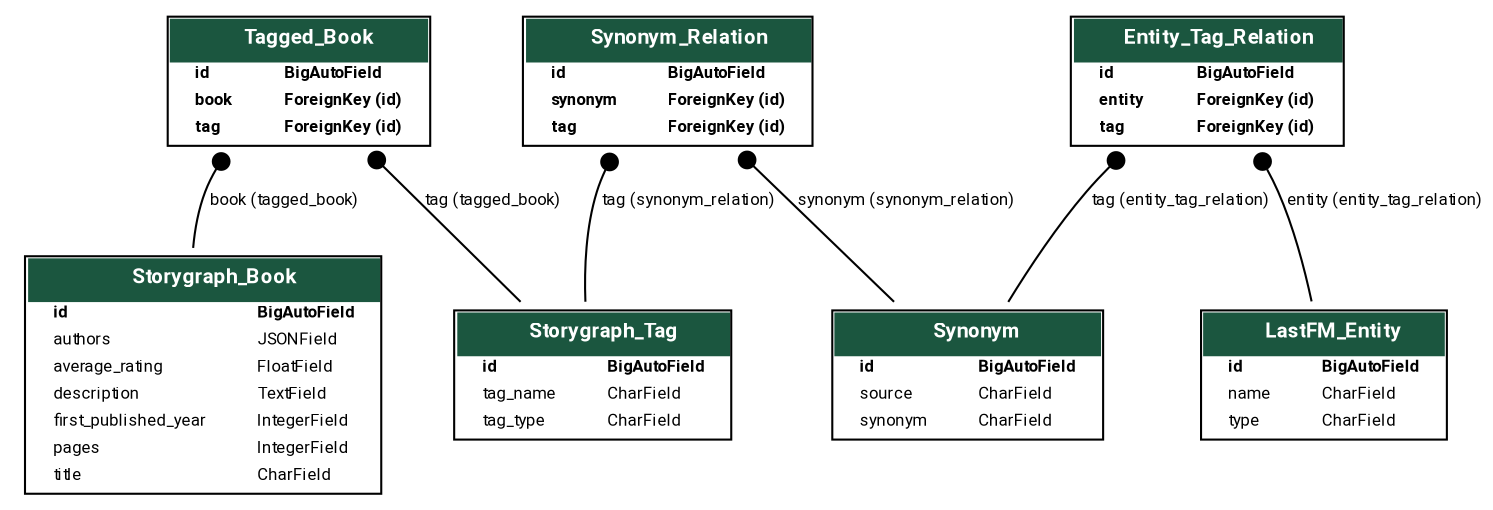
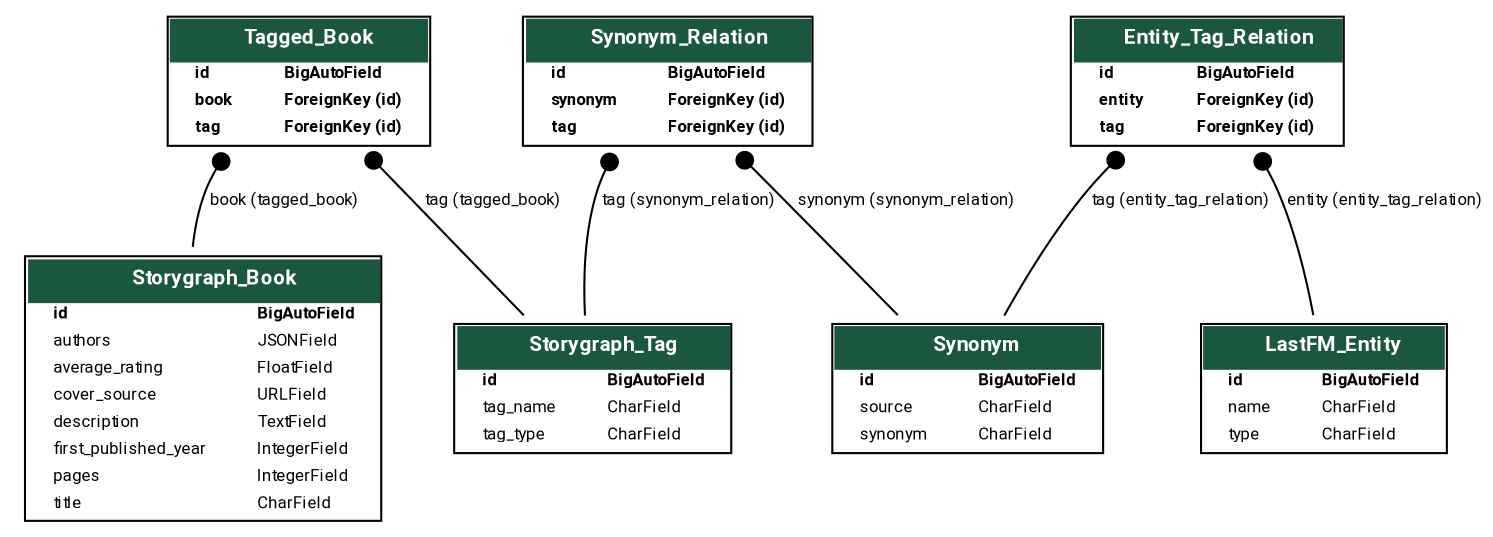
digraph model_graph {
  // Dotfile by Django-Extensions graph_models
-   // Created: 2026-01-11 18:42
+   // Created: 2026-02-10 18:06


  fontname = "Roboto"
  fontsize = 8
  splines  = true
  rankdir = "TB"


  node [
    fontname = "Roboto"
    fontsize = 8
    shape = "plaintext"
  ]

  edge [
    fontname = "Roboto"
    fontsize = 8
  ]

  // Labels


  webapp_models_Storygraph_Book [label=<
    <TABLE BGCOLOR="white" BORDER="1" CELLBORDER="0" CELLSPACING="0">
    <TR><TD COLSPAN="2" CELLPADDING="5" ALIGN="CENTER" BGCOLOR="#1b563f">
    <FONT FACE="Roboto" COLOR="white" POINT-SIZE="10"><B>
    Storygraph_Book
    </B></FONT></TD></TR>


    <TR><TD ALIGN="LEFT" BORDER="0">
    <FONT FACE="Roboto"><B>id</B></FONT>
    </TD><TD ALIGN="LEFT">
    <FONT FACE="Roboto"><B>BigAutoField</B></FONT>
    </TD></TR>



    <TR><TD ALIGN="LEFT" BORDER="0">
    <FONT FACE="Roboto">authors</FONT>
    </TD><TD ALIGN="LEFT">
    <FONT FACE="Roboto">JSONField</FONT>
    </TD></TR>



    <TR><TD ALIGN="LEFT" BORDER="0">
    <FONT FACE="Roboto">average_rating</FONT>
    </TD><TD ALIGN="LEFT">
    <FONT FACE="Roboto">FloatField</FONT>
    </TD></TR>



    <TR><TD ALIGN="LEFT" BORDER="0">
+     <FONT FACE="Roboto">cover_source</FONT>
+     </TD><TD ALIGN="LEFT">
+     <FONT FACE="Roboto">URLField</FONT>
+     </TD></TR>
+ 
+ 
+ 
+     <TR><TD ALIGN="LEFT" BORDER="0">
    <FONT FACE="Roboto">description</FONT>
    </TD><TD ALIGN="LEFT">
    <FONT FACE="Roboto">TextField</FONT>
    </TD></TR>



    <TR><TD ALIGN="LEFT" BORDER="0">
    <FONT FACE="Roboto">first_published_year</FONT>
    </TD><TD ALIGN="LEFT">
    <FONT FACE="Roboto">IntegerField</FONT>
    </TD></TR>



    <TR><TD ALIGN="LEFT" BORDER="0">
    <FONT FACE="Roboto">pages</FONT>
    </TD><TD ALIGN="LEFT">
    <FONT FACE="Roboto">IntegerField</FONT>
    </TD></TR>



    <TR><TD ALIGN="LEFT" BORDER="0">
    <FONT FACE="Roboto">title</FONT>
    </TD><TD ALIGN="LEFT">
    <FONT FACE="Roboto">CharField</FONT>
    </TD></TR>


    </TABLE>
    >]

  webapp_models_Storygraph_Tag [label=<
    <TABLE BGCOLOR="white" BORDER="1" CELLBORDER="0" CELLSPACING="0">
    <TR><TD COLSPAN="2" CELLPADDING="5" ALIGN="CENTER" BGCOLOR="#1b563f">
    <FONT FACE="Roboto" COLOR="white" POINT-SIZE="10"><B>
    Storygraph_Tag
    </B></FONT></TD></TR>


    <TR><TD ALIGN="LEFT" BORDER="0">
    <FONT FACE="Roboto"><B>id</B></FONT>
    </TD><TD ALIGN="LEFT">
    <FONT FACE="Roboto"><B>BigAutoField</B></FONT>
    </TD></TR>



    <TR><TD ALIGN="LEFT" BORDER="0">
    <FONT FACE="Roboto">tag_name</FONT>
    </TD><TD ALIGN="LEFT">
    <FONT FACE="Roboto">CharField</FONT>
    </TD></TR>



    <TR><TD ALIGN="LEFT" BORDER="0">
    <FONT FACE="Roboto">tag_type</FONT>
    </TD><TD ALIGN="LEFT">
    <FONT FACE="Roboto">CharField</FONT>
    </TD></TR>


    </TABLE>
    >]

  webapp_models_Tagged_Book [label=<
    <TABLE BGCOLOR="white" BORDER="1" CELLBORDER="0" CELLSPACING="0">
    <TR><TD COLSPAN="2" CELLPADDING="5" ALIGN="CENTER" BGCOLOR="#1b563f">
    <FONT FACE="Roboto" COLOR="white" POINT-SIZE="10"><B>
    Tagged_Book
    </B></FONT></TD></TR>


    <TR><TD ALIGN="LEFT" BORDER="0">
    <FONT FACE="Roboto"><B>id</B></FONT>
    </TD><TD ALIGN="LEFT">
    <FONT FACE="Roboto"><B>BigAutoField</B></FONT>
    </TD></TR>



    <TR><TD ALIGN="LEFT" BORDER="0">
    <FONT FACE="Roboto"><B>book</B></FONT>
    </TD><TD ALIGN="LEFT">
    <FONT FACE="Roboto"><B>ForeignKey (id)</B></FONT>
    </TD></TR>



    <TR><TD ALIGN="LEFT" BORDER="0">
    <FONT FACE="Roboto"><B>tag</B></FONT>
    </TD><TD ALIGN="LEFT">
    <FONT FACE="Roboto"><B>ForeignKey (id)</B></FONT>
    </TD></TR>


    </TABLE>
    >]

  webapp_models_Synonym [label=<
    <TABLE BGCOLOR="white" BORDER="1" CELLBORDER="0" CELLSPACING="0">
    <TR><TD COLSPAN="2" CELLPADDING="5" ALIGN="CENTER" BGCOLOR="#1b563f">
    <FONT FACE="Roboto" COLOR="white" POINT-SIZE="10"><B>
    Synonym
    </B></FONT></TD></TR>


    <TR><TD ALIGN="LEFT" BORDER="0">
    <FONT FACE="Roboto"><B>id</B></FONT>
    </TD><TD ALIGN="LEFT">
    <FONT FACE="Roboto"><B>BigAutoField</B></FONT>
    </TD></TR>



    <TR><TD ALIGN="LEFT" BORDER="0">
    <FONT FACE="Roboto">source</FONT>
    </TD><TD ALIGN="LEFT">
    <FONT FACE="Roboto">CharField</FONT>
    </TD></TR>



    <TR><TD ALIGN="LEFT" BORDER="0">
    <FONT FACE="Roboto">synonym</FONT>
    </TD><TD ALIGN="LEFT">
    <FONT FACE="Roboto">CharField</FONT>
    </TD></TR>


    </TABLE>
    >]

  webapp_models_Synonym_Relation [label=<
    <TABLE BGCOLOR="white" BORDER="1" CELLBORDER="0" CELLSPACING="0">
    <TR><TD COLSPAN="2" CELLPADDING="5" ALIGN="CENTER" BGCOLOR="#1b563f">
    <FONT FACE="Roboto" COLOR="white" POINT-SIZE="10"><B>
    Synonym_Relation
    </B></FONT></TD></TR>


    <TR><TD ALIGN="LEFT" BORDER="0">
    <FONT FACE="Roboto"><B>id</B></FONT>
    </TD><TD ALIGN="LEFT">
    <FONT FACE="Roboto"><B>BigAutoField</B></FONT>
    </TD></TR>



    <TR><TD ALIGN="LEFT" BORDER="0">
    <FONT FACE="Roboto"><B>synonym</B></FONT>
    </TD><TD ALIGN="LEFT">
    <FONT FACE="Roboto"><B>ForeignKey (id)</B></FONT>
    </TD></TR>



    <TR><TD ALIGN="LEFT" BORDER="0">
    <FONT FACE="Roboto"><B>tag</B></FONT>
    </TD><TD ALIGN="LEFT">
    <FONT FACE="Roboto"><B>ForeignKey (id)</B></FONT>
    </TD></TR>


    </TABLE>
    >]

  webapp_models_LastFM_Entity [label=<
    <TABLE BGCOLOR="white" BORDER="1" CELLBORDER="0" CELLSPACING="0">
    <TR><TD COLSPAN="2" CELLPADDING="5" ALIGN="CENTER" BGCOLOR="#1b563f">
    <FONT FACE="Roboto" COLOR="white" POINT-SIZE="10"><B>
    LastFM_Entity
    </B></FONT></TD></TR>


    <TR><TD ALIGN="LEFT" BORDER="0">
    <FONT FACE="Roboto"><B>id</B></FONT>
    </TD><TD ALIGN="LEFT">
    <FONT FACE="Roboto"><B>BigAutoField</B></FONT>
    </TD></TR>



    <TR><TD ALIGN="LEFT" BORDER="0">
    <FONT FACE="Roboto">name</FONT>
    </TD><TD ALIGN="LEFT">
    <FONT FACE="Roboto">CharField</FONT>
    </TD></TR>



    <TR><TD ALIGN="LEFT" BORDER="0">
    <FONT FACE="Roboto">type</FONT>
    </TD><TD ALIGN="LEFT">
    <FONT FACE="Roboto">CharField</FONT>
    </TD></TR>


    </TABLE>
    >]

  webapp_models_Entity_Tag_Relation [label=<
    <TABLE BGCOLOR="white" BORDER="1" CELLBORDER="0" CELLSPACING="0">
    <TR><TD COLSPAN="2" CELLPADDING="5" ALIGN="CENTER" BGCOLOR="#1b563f">
    <FONT FACE="Roboto" COLOR="white" POINT-SIZE="10"><B>
    Entity_Tag_Relation
    </B></FONT></TD></TR>


    <TR><TD ALIGN="LEFT" BORDER="0">
    <FONT FACE="Roboto"><B>id</B></FONT>
    </TD><TD ALIGN="LEFT">
    <FONT FACE="Roboto"><B>BigAutoField</B></FONT>
    </TD></TR>



    <TR><TD ALIGN="LEFT" BORDER="0">
    <FONT FACE="Roboto"><B>entity</B></FONT>
    </TD><TD ALIGN="LEFT">
    <FONT FACE="Roboto"><B>ForeignKey (id)</B></FONT>
    </TD></TR>



    <TR><TD ALIGN="LEFT" BORDER="0">
    <FONT FACE="Roboto"><B>tag</B></FONT>
    </TD><TD ALIGN="LEFT">
    <FONT FACE="Roboto"><B>ForeignKey (id)</B></FONT>
    </TD></TR>


    </TABLE>
    >]




  // Relations

  webapp_models_Tagged_Book -> webapp_models_Storygraph_Book
  [label=" book (tagged_book)"] [arrowhead=none, arrowtail=dot, dir=both];

  webapp_models_Tagged_Book -> webapp_models_Storygraph_Tag
  [label=" tag (tagged_book)"] [arrowhead=none, arrowtail=dot, dir=both];

  webapp_models_Synonym_Relation -> webapp_models_Storygraph_Tag
  [label=" tag (synonym_relation)"] [arrowhead=none, arrowtail=dot, dir=both];

  webapp_models_Synonym_Relation -> webapp_models_Synonym
  [label=" synonym (synonym_relation)"] [arrowhead=none, arrowtail=dot, dir=both];

  webapp_models_Entity_Tag_Relation -> webapp_models_LastFM_Entity
  [label=" entity (entity_tag_relation)"] [arrowhead=none, arrowtail=dot, dir=both];

  webapp_models_Entity_Tag_Relation -> webapp_models_Synonym
  [label=" tag (entity_tag_relation)"] [arrowhead=none, arrowtail=dot, dir=both];


}
